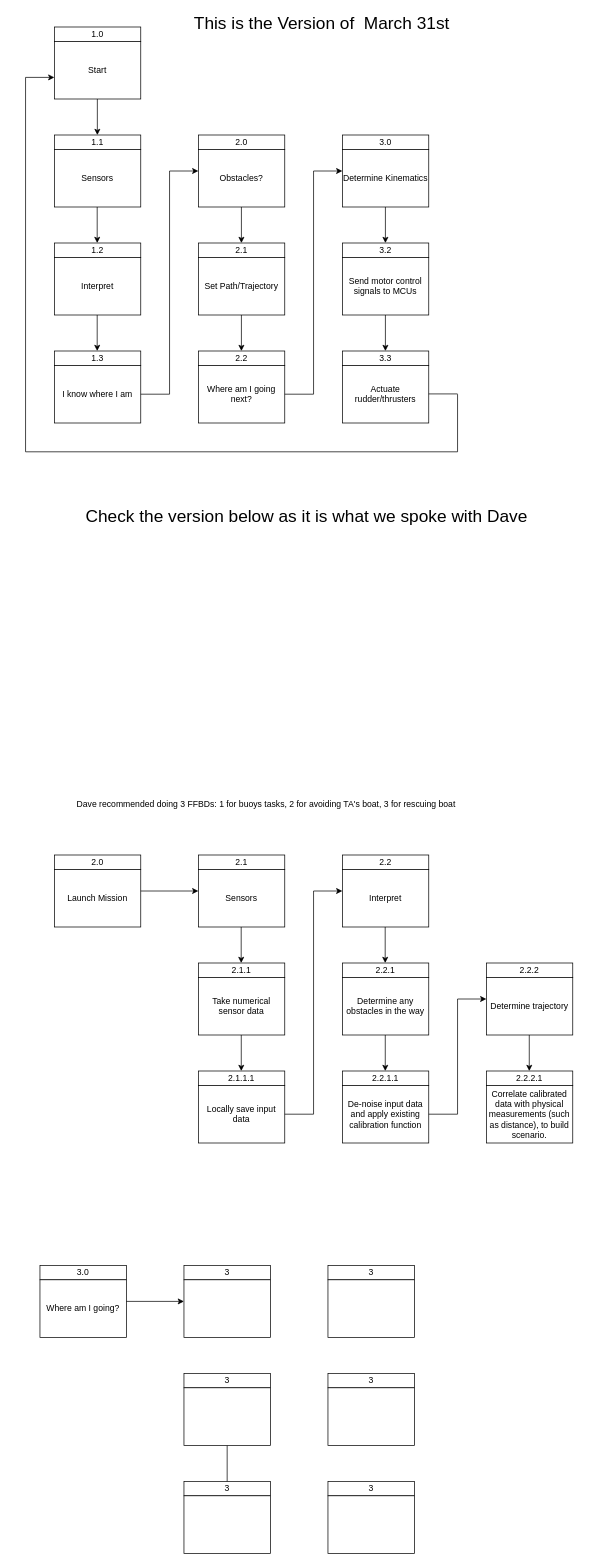
This is FFBD.drawio from mau-pereira/2.017, a draw.io file, before an edit. Source tidied: cells renumbered, new cells numbered last; positions are measured from the earlier drawing's top-left corner, leaving out a move shared by most shapes. Both pictures are drawn from the tidied source at 72%, with x=0, y=0 at pixel (12, 12).
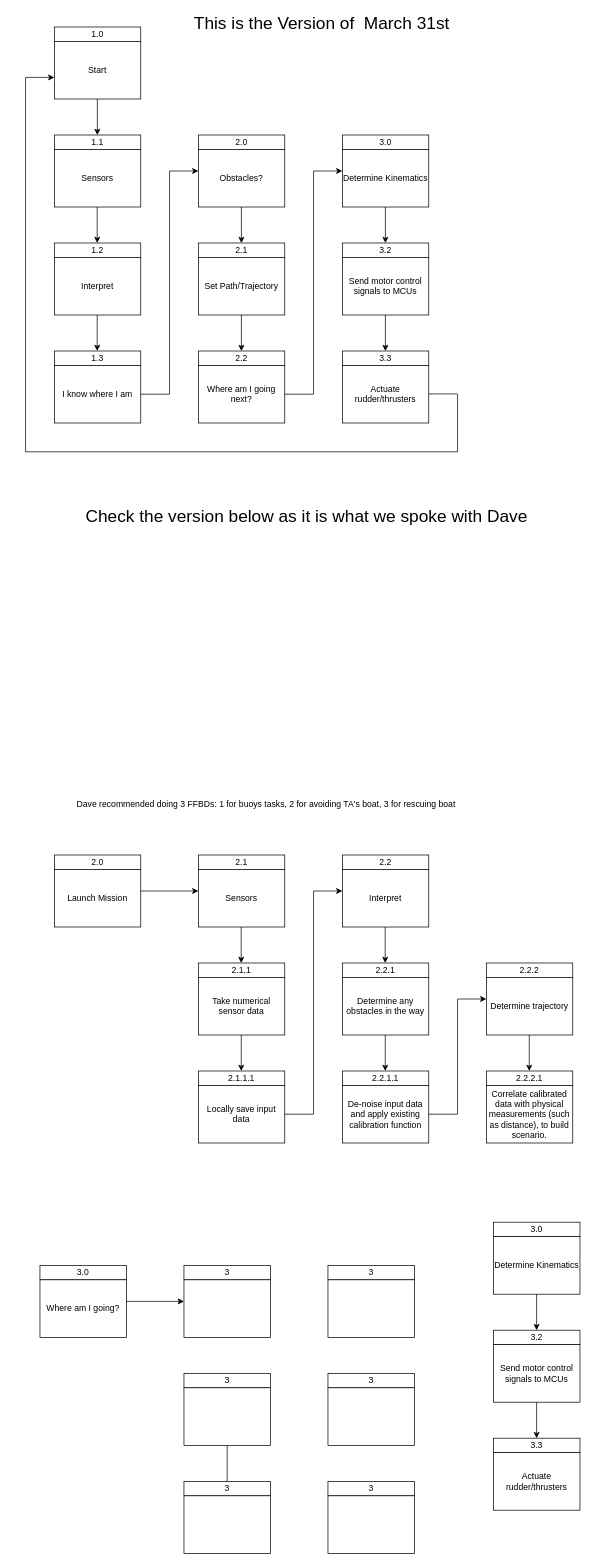
After the change.

The edit, as a diff of the source:
```diff
@@
+    <mxCell id="89" value="3.0" style="rounded=0;whiteSpace=wrap;html=1;" parent="1" vertex="1">
+      <mxGeometry x="668" y="1680" width="120" height="20" as="geometry" />
+    </mxCell>
+    <mxCell id="90" value="Determine Kinematics" style="rounded=0;whiteSpace=wrap;html=1;" parent="1" vertex="1">
+      <mxGeometry x="668" y="1700" width="120" height="80" as="geometry" />
+    </mxCell>
+    <mxCell id="91" value="3.2" style="rounded=0;whiteSpace=wrap;html=1;" parent="1" vertex="1">
+      <mxGeometry x="668" y="1830" width="120" height="20" as="geometry" />
+    </mxCell>
+    <mxCell id="92" value="Send motor control signals to MCUs" style="rounded=0;whiteSpace=wrap;html=1;" parent="1" vertex="1">
+      <mxGeometry x="668" y="1850" width="120" height="80" as="geometry" />
+    </mxCell>
+    <mxCell id="93" value="3.3" style="rounded=0;whiteSpace=wrap;html=1;" parent="1" vertex="1">
+      <mxGeometry x="668" y="1980" width="120" height="20" as="geometry" />
+    </mxCell>
+    <mxCell id="94" value="Actuate rudder/thrusters" style="rounded=0;whiteSpace=wrap;html=1;" parent="1" vertex="1">
+      <mxGeometry x="668" y="2000" width="120" height="80" as="geometry" />
+    </mxCell>
+    <mxCell id="95" style="endArrow=classic;html=1;rounded=0;" parent="1" edge="1">
+      <mxGeometry relative="1" as="geometry">
+        <mxPoint x="727.8" y="1930" as="sourcePoint" />
+        <mxPoint x="727.8" y="1980" as="targetPoint" />
+      </mxGeometry>
+    </mxCell>
+    <mxCell id="96" style="endArrow=classic;html=1;rounded=0;" parent="1" edge="1">
+      <mxGeometry relative="1" as="geometry">
+        <mxPoint x="727.8" y="1780" as="sourcePoint" />
+        <mxPoint x="727.8" y="1830" as="targetPoint" />
+      </mxGeometry>
+    </mxCell>
```
